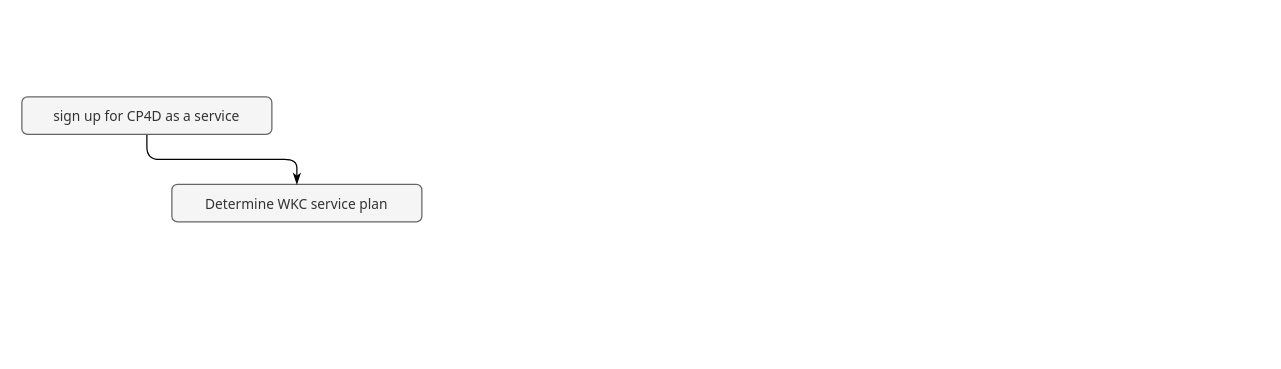
kanchantewary/MindMaps keeps this draw.io diagram as page "wkc lifecycle" (7 of 7) of Data Governance.drawio. Above is the earlier version. Source tidied: cells renumbered, new cells numbered last; positions are measured from the earlier drawing's top-left corner, leaving out a move shared by most shapes. Both pictures are drawn from the tidied source at 125%, with x=0, y=0 at pixel (21, 96).
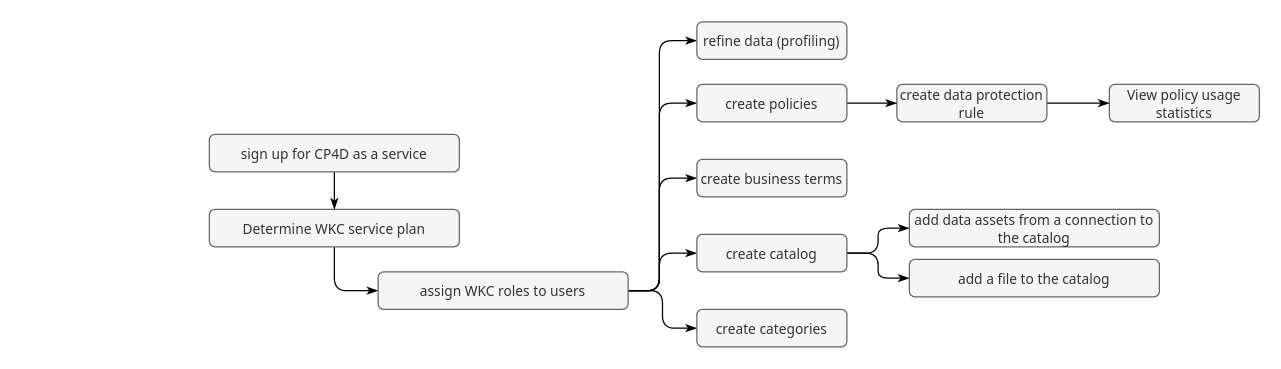
The same page after the edit.

Diff of the diagram source:
```diff
@@
+    <mxCell id="5" style="edgeStyle=orthogonalEdgeStyle;rounded=1;jettySize=auto;html=1;entryX=0;entryY=0.5;entryDx=0;entryDy=0;fontFamily=Tahoma;fontSize=11;endArrow=classicThin;endFill=1;" parent="1" edge="1" source="2" target="11">
+      <mxGeometry relative="1" as="geometry" />
+    </mxCell>
     <mxCell id="2" value="Determine WKC service plan" style="rounded=1;whiteSpace=wrap;html=1;fontSize=11;fontFamily=Tahoma;fillColor=#f5f5f5;fontColor=#333333;strokeColor=#666666;" parent="1" vertex="1">
-      <mxGeometry x="120" y="70" width="200" height="30" as="geometry" />
+      <mxGeometry x="150" y="90" width="200" height="30" as="geometry" />
     </mxCell>
@@
     <mxCell id="4" value="sign up for CP4D as a service" style="rounded=1;whiteSpace=wrap;html=1;fontSize=11;fontFamily=Tahoma;fillColor=#f5f5f5;fontColor=#333333;strokeColor=#666666;" parent="1" vertex="1">
-      <mxGeometry width="200" height="30" as="geometry" />
+      <mxGeometry x="150" y="30" width="200" height="30" as="geometry" />
     </mxCell>
+    <mxCell id="6" style="edgeStyle=orthogonalEdgeStyle;rounded=1;jettySize=auto;html=1;fontFamily=Tahoma;fontSize=11;endArrow=classicThin;endFill=1;" parent="1" edge="1" source="11" target="17">
+      <mxGeometry relative="1" as="geometry">
+        <Array as="points">
+          <mxPoint x="510" y="155" />
+          <mxPoint x="510" y="125" />
+        </Array>
+      </mxGeometry>
+    </mxCell>
+    <mxCell id="7" style="edgeStyle=orthogonalEdgeStyle;rounded=1;jettySize=auto;html=1;entryX=0;entryY=0.5;entryDx=0;entryDy=0;fontFamily=Tahoma;fontSize=11;endArrow=classicThin;endFill=1;" parent="1" edge="1" source="11" target="18">
+      <mxGeometry relative="1" as="geometry" />
+    </mxCell>
+    <mxCell id="8" style="edgeStyle=orthogonalEdgeStyle;rounded=1;jettySize=auto;html=1;entryX=0;entryY=0.5;entryDx=0;entryDy=0;fontFamily=Tahoma;fontSize=11;endArrow=classicThin;endFill=1;" parent="1" edge="1" source="11" target="19">
+      <mxGeometry relative="1" as="geometry">
+        <Array as="points">
+          <mxPoint x="510" y="155" />
+          <mxPoint x="510" y="65" />
+        </Array>
+      </mxGeometry>
+    </mxCell>
+    <mxCell id="9" style="edgeStyle=orthogonalEdgeStyle;rounded=1;jettySize=auto;html=1;entryX=0;entryY=0.5;entryDx=0;entryDy=0;fontFamily=Tahoma;fontSize=11;endArrow=classicThin;endFill=1;" parent="1" edge="1" source="11" target="24">
+      <mxGeometry relative="1" as="geometry">
+        <Array as="points">
+          <mxPoint x="510" y="155" />
+          <mxPoint x="510" y="5" />
+        </Array>
+      </mxGeometry>
+    </mxCell>
+    <mxCell id="10" style="edgeStyle=orthogonalEdgeStyle;rounded=1;jettySize=auto;html=1;entryX=0;entryY=0.5;entryDx=0;entryDy=0;fontFamily=Tahoma;fontSize=11;endArrow=classicThin;endFill=1;" parent="1" edge="1" source="11" target="25">
+      <mxGeometry relative="1" as="geometry">
+        <Array as="points">
+          <mxPoint x="510" y="155" />
+          <mxPoint x="510" y="-45" />
+        </Array>
+      </mxGeometry>
+    </mxCell>
+    <mxCell id="11" value="assign WKC roles to users" style="rounded=1;whiteSpace=wrap;html=1;fontSize=11;fontFamily=Tahoma;fillColor=#f5f5f5;fontColor=#333333;strokeColor=#666666;" parent="1" vertex="1">
+      <mxGeometry x="285" y="140" width="200" height="30" as="geometry" />
+    </mxCell>
+    <mxCell id="12" style="edgeStyle=orthogonalEdgeStyle;rounded=1;jettySize=auto;html=1;fontFamily=Tahoma;fontSize=11;endArrow=classicThin;endFill=1;" parent="1" edge="1" source="17" target="14">
+      <mxGeometry relative="1" as="geometry" />
+    </mxCell>
+    <mxCell id="13" style="edgeStyle=orthogonalEdgeStyle;rounded=1;jettySize=auto;html=1;entryX=0;entryY=0.5;entryDx=0;entryDy=0;fontFamily=Tahoma;fontSize=11;endArrow=classicThin;endFill=1;" parent="1" edge="1" source="17" target="15">
+      <mxGeometry relative="1" as="geometry" />
+    </mxCell>
+    <mxCell id="14" value="add data assets from a connection to the catalog" style="rounded=1;whiteSpace=wrap;html=1;fontSize=11;fontFamily=Tahoma;fillColor=#f5f5f5;fontColor=#333333;strokeColor=#666666;" parent="1" vertex="1">
+      <mxGeometry x="710" y="90" width="200" height="30" as="geometry" />
+    </mxCell>
+    <mxCell id="15" value="add a file to the catalog" style="rounded=1;whiteSpace=wrap;html=1;fontSize=11;fontFamily=Tahoma;fillColor=#f5f5f5;fontColor=#333333;strokeColor=#666666;" parent="1" vertex="1">
+      <mxGeometry x="710" y="130" width="200" height="30" as="geometry" />
+    </mxCell>
+    <mxCell id="16" style="group;" parent="1" vertex="1">
+      <mxGeometry x="540" y="110" width="120" height="90" as="geometry" />
+    </mxCell>
+    <mxCell id="17" value="create catalog" style="rounded=1;whiteSpace=wrap;html=1;fontSize=11;fontFamily=Tahoma;fillColor=#f5f5f5;fontColor=#333333;strokeColor=#666666;" parent="16" vertex="1">
+      <mxGeometry width="120" height="30" as="geometry" />
+    </mxCell>
+    <mxCell id="18" value="create categories" style="rounded=1;whiteSpace=wrap;html=1;fontSize=11;fontFamily=Tahoma;fillColor=#f5f5f5;fontColor=#333333;strokeColor=#666666;" parent="16" vertex="1">
+      <mxGeometry y="60" width="120" height="30" as="geometry" />
+    </mxCell>
+    <mxCell id="19" value="create business terms" style="rounded=1;whiteSpace=wrap;html=1;fontSize=11;fontFamily=Tahoma;fillColor=#f5f5f5;fontColor=#333333;strokeColor=#666666;" parent="1" vertex="1">
+      <mxGeometry x="540" y="50" width="120" height="30" as="geometry" />
+    </mxCell>
+    <mxCell id="20" value="View policy usage statistics" style="rounded=1;whiteSpace=wrap;html=1;fontSize=11;fontFamily=Tahoma;fillColor=#f5f5f5;fontColor=#333333;strokeColor=#666666;" parent="1" vertex="1">
+      <mxGeometry x="870" y="-10" width="120" height="30" as="geometry" />
+    </mxCell>
+    <mxCell id="21" style="edgeStyle=orthogonalEdgeStyle;rounded=1;jettySize=auto;html=1;fontFamily=Tahoma;fontSize=11;endArrow=classicThin;endFill=1;" parent="1" edge="1" source="22" target="20">
+      <mxGeometry relative="1" as="geometry" />
+    </mxCell>
+    <mxCell id="22" value="create data protection rule" style="rounded=1;whiteSpace=wrap;html=1;fontSize=11;fontFamily=Tahoma;fillColor=#f5f5f5;fontColor=#333333;strokeColor=#666666;" parent="1" vertex="1">
+      <mxGeometry x="700" y="-10" width="120" height="30" as="geometry" />
+    </mxCell>
+    <mxCell id="23" style="edgeStyle=orthogonalEdgeStyle;rounded=1;jettySize=auto;html=1;fontFamily=Tahoma;fontSize=11;endArrow=classicThin;endFill=1;" parent="1" edge="1" source="24" target="22">
+      <mxGeometry relative="1" as="geometry" />
+    </mxCell>
+    <mxCell id="24" value="create policies" style="rounded=1;whiteSpace=wrap;html=1;fontSize=11;fontFamily=Tahoma;fillColor=#f5f5f5;fontColor=#333333;strokeColor=#666666;" parent="1" vertex="1">
+      <mxGeometry x="540" y="-10" width="120" height="30" as="geometry" />
+    </mxCell>
+    <mxCell id="25" value="refine data (profiling)" style="rounded=1;whiteSpace=wrap;html=1;fontSize=11;fontFamily=Tahoma;fillColor=#f5f5f5;fontColor=#333333;strokeColor=#666666;" parent="1" vertex="1">
+      <mxGeometry x="540" y="-60" width="120" height="30" as="geometry" />
+    </mxCell>
```
